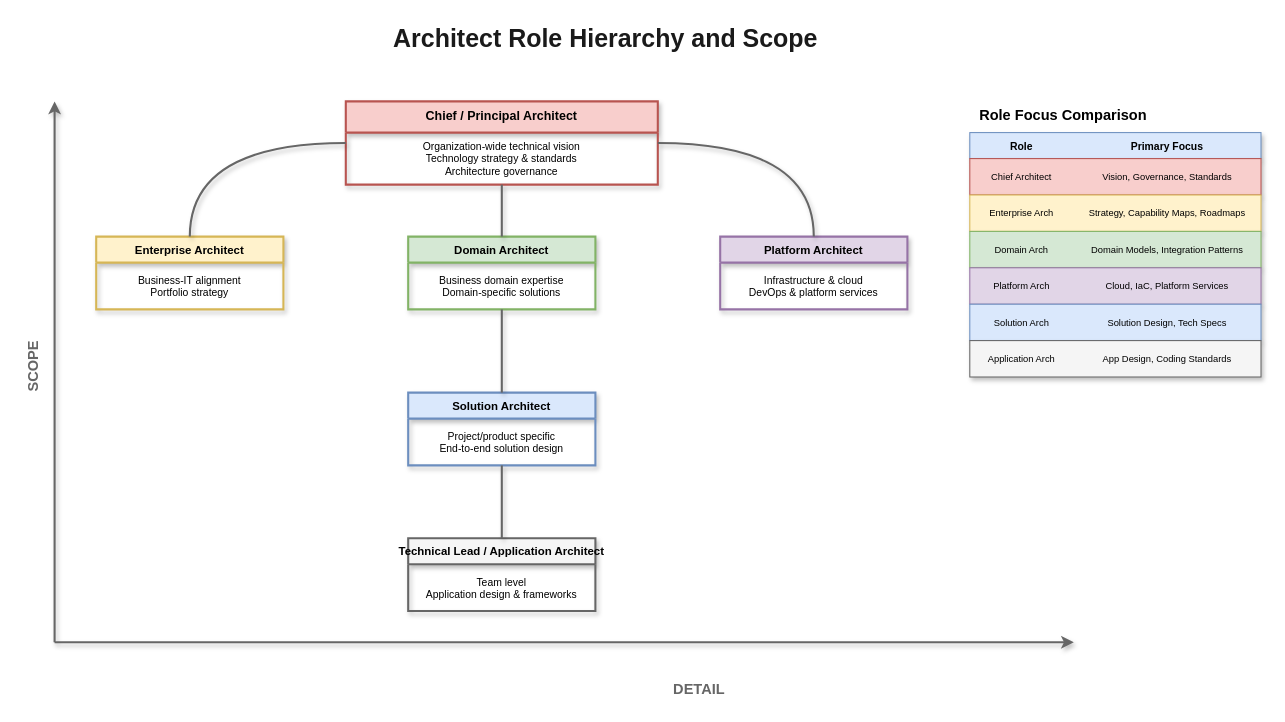
Before: lesson-00-software-architect-overview/02-organizational-positioning/2.4-architect-role-hierarchy.drawio in MrParkerZ7/document-lesson-software-architect-x-claude, a draw.io diagram. Source tidied: cells renumbered, new cells numbered last; positions are measured from the earlier drawing's top-left corner, leaving out a move shared by most shapes. Both pictures are drawn from the tidied source at 104%, with x=0, y=0 at pixel (-8, 18).
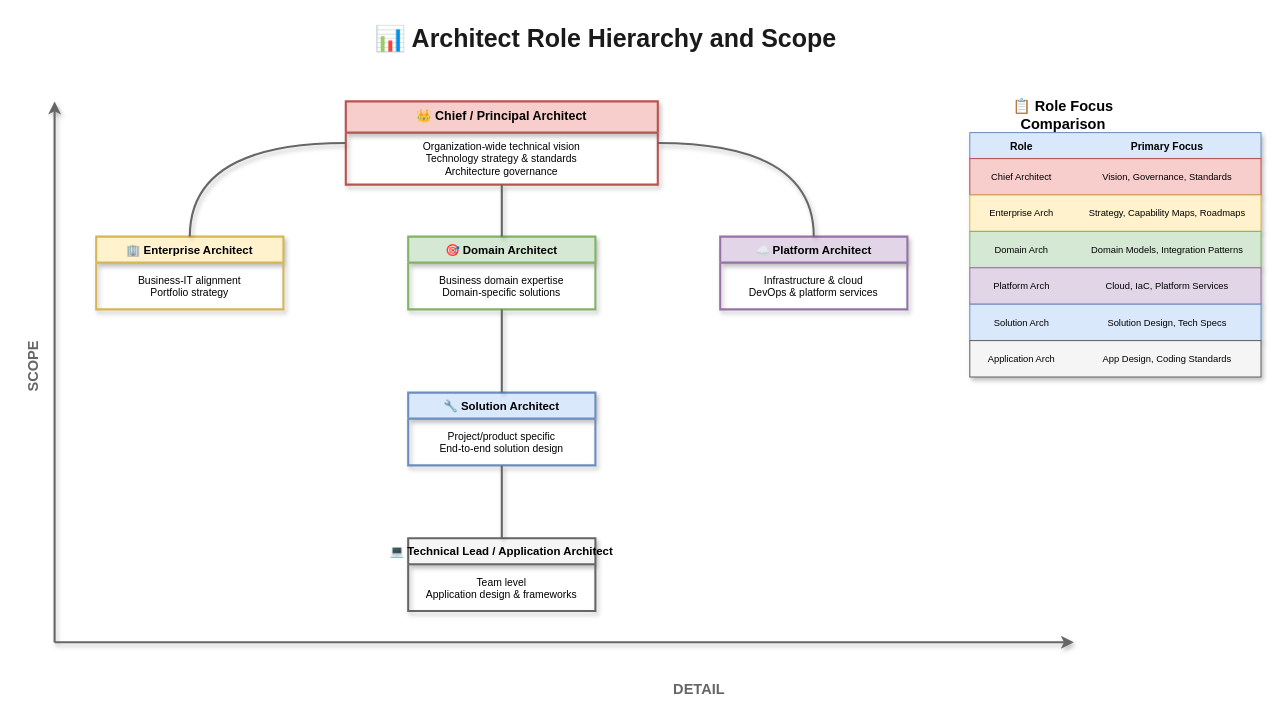
The same page after the edit.

Change to the diagram source:
```diff
@@
-    <mxCell id="2" value="Architect Role Hierarchy and Scope" style="text;html=1;strokeColor=none;fillColor=none;align=center;verticalAlign=middle;whiteSpace=wrap;rounded=0;fontSize=24;fontStyle=1;fontColor=#1a1a1a;" parent="1" vertex="1">
+    <mxCell id="2" value="📊 Architect Role Hierarchy and Scope" style="text;html=1;strokeColor=none;fillColor=none;align=center;verticalAlign=middle;whiteSpace=wrap;rounded=0;fontSize=24;fontStyle=1;fontColor=#1a1a1a;" parent="1" vertex="1">
       <mxGeometry x="340" width="500" height="40" as="geometry" />
     </mxCell>
@@
-    <mxCell id="7" value="Chief / Principal Architect" style="swimlane;fontStyle=1;align=center;verticalAlign=top;horizontal=1;startSize=30;fillColor=#f8cecc;strokeColor=#b85450;fontSize=12;shadow=1;strokeWidth=2;rounded=0;" parent="1" vertex="1">
+    <mxCell id="7" value="👑 Chief / Principal Architect" style="swimlane;fontStyle=1;align=center;verticalAlign=top;horizontal=1;startSize=30;fillColor=#f8cecc;strokeColor=#b85450;fontSize=12;shadow=1;strokeWidth=2;rounded=0;" parent="1" vertex="1">
       <mxGeometry x="340" y="80" width="300" height="80" as="geometry" />
     </mxCell>
@@
-    <mxCell id="9" value="Enterprise Architect" style="swimlane;fontStyle=1;align=center;verticalAlign=top;horizontal=1;startSize=25;fillColor=#fff2cc;strokeColor=#d6b656;fontSize=11;shadow=1;strokeWidth=2;rounded=0;" parent="1" vertex="1">
+    <mxCell id="9" value="🏢 Enterprise Architect" style="swimlane;fontStyle=1;align=center;verticalAlign=top;horizontal=1;startSize=25;fillColor=#fff2cc;strokeColor=#d6b656;fontSize=11;shadow=1;strokeWidth=2;rounded=0;" parent="1" vertex="1">
       <mxGeometry x="100" y="210" width="180" height="70" as="geometry" />
     </mxCell>
@@
-    <mxCell id="11" value="Domain Architect" style="swimlane;fontStyle=1;align=center;verticalAlign=top;horizontal=1;startSize=25;fillColor=#d5e8d4;strokeColor=#82b366;fontSize=11;shadow=1;strokeWidth=2;rounded=0;" parent="1" vertex="1">
+    <mxCell id="11" value="🎯 Domain Architect" style="swimlane;fontStyle=1;align=center;verticalAlign=top;horizontal=1;startSize=25;fillColor=#d5e8d4;strokeColor=#82b366;fontSize=11;shadow=1;strokeWidth=2;rounded=0;" parent="1" vertex="1">
       <mxGeometry x="400" y="210" width="180" height="70" as="geometry" />
     </mxCell>
@@
-    <mxCell id="13" value="Platform Architect" style="swimlane;fontStyle=1;align=center;verticalAlign=top;horizontal=1;startSize=25;fillColor=#e1d5e7;strokeColor=#9673a6;fontSize=11;shadow=1;strokeWidth=2;rounded=0;" parent="1" vertex="1">
+    <mxCell id="13" value="☁️ Platform Architect" style="swimlane;fontStyle=1;align=center;verticalAlign=top;horizontal=1;startSize=25;fillColor=#e1d5e7;strokeColor=#9673a6;fontSize=11;shadow=1;strokeWidth=2;rounded=0;" parent="1" vertex="1">
       <mxGeometry x="700" y="210" width="180" height="70" as="geometry" />
     </mxCell>
@@
-    <mxCell id="18" value="Solution Architect" style="swimlane;fontStyle=1;align=center;verticalAlign=top;horizontal=1;startSize=25;fillColor=#dae8fc;strokeColor=#6c8ebf;fontSize=11;shadow=1;strokeWidth=2;rounded=0;" parent="1" vertex="1">
+    <mxCell id="18" value="🔧 Solution Architect" style="swimlane;fontStyle=1;align=center;verticalAlign=top;horizontal=1;startSize=25;fillColor=#dae8fc;strokeColor=#6c8ebf;fontSize=11;shadow=1;strokeWidth=2;rounded=0;" parent="1" vertex="1">
       <mxGeometry x="400" y="360" width="180" height="70" as="geometry" />
     </mxCell>
@@
-    <mxCell id="21" value="Technical Lead / Application Architect" style="swimlane;fontStyle=1;align=center;verticalAlign=top;horizontal=1;startSize=25;fillColor=#f5f5f5;strokeColor=#666666;fontSize=11;shadow=1;strokeWidth=2;rounded=0;" parent="1" vertex="1">
+    <mxCell id="21" value="💻 Technical Lead / Application Architect" style="swimlane;fontStyle=1;align=center;verticalAlign=top;horizontal=1;startSize=25;fillColor=#f5f5f5;strokeColor=#666666;fontSize=11;shadow=1;strokeWidth=2;rounded=0;" parent="1" vertex="1">
       <mxGeometry x="400" y="500" width="180" height="70" as="geometry" />
     </mxCell>
@@
-    <mxCell id="24" value="Role Focus Comparison" style="text;html=1;strokeColor=none;fillColor=none;align=center;verticalAlign=middle;whiteSpace=wrap;rounded=0;fontSize=14;fontStyle=1;" parent="1" vertex="1">
+    <mxCell id="24" value="📋 Role Focus Comparison" style="text;html=1;strokeColor=none;fillColor=none;align=center;verticalAlign=middle;whiteSpace=wrap;rounded=0;fontSize=14;fontStyle=1;" parent="1" vertex="1">
       <mxGeometry x="940" y="80" width="180" height="25" as="geometry" />
     </mxCell>
```
